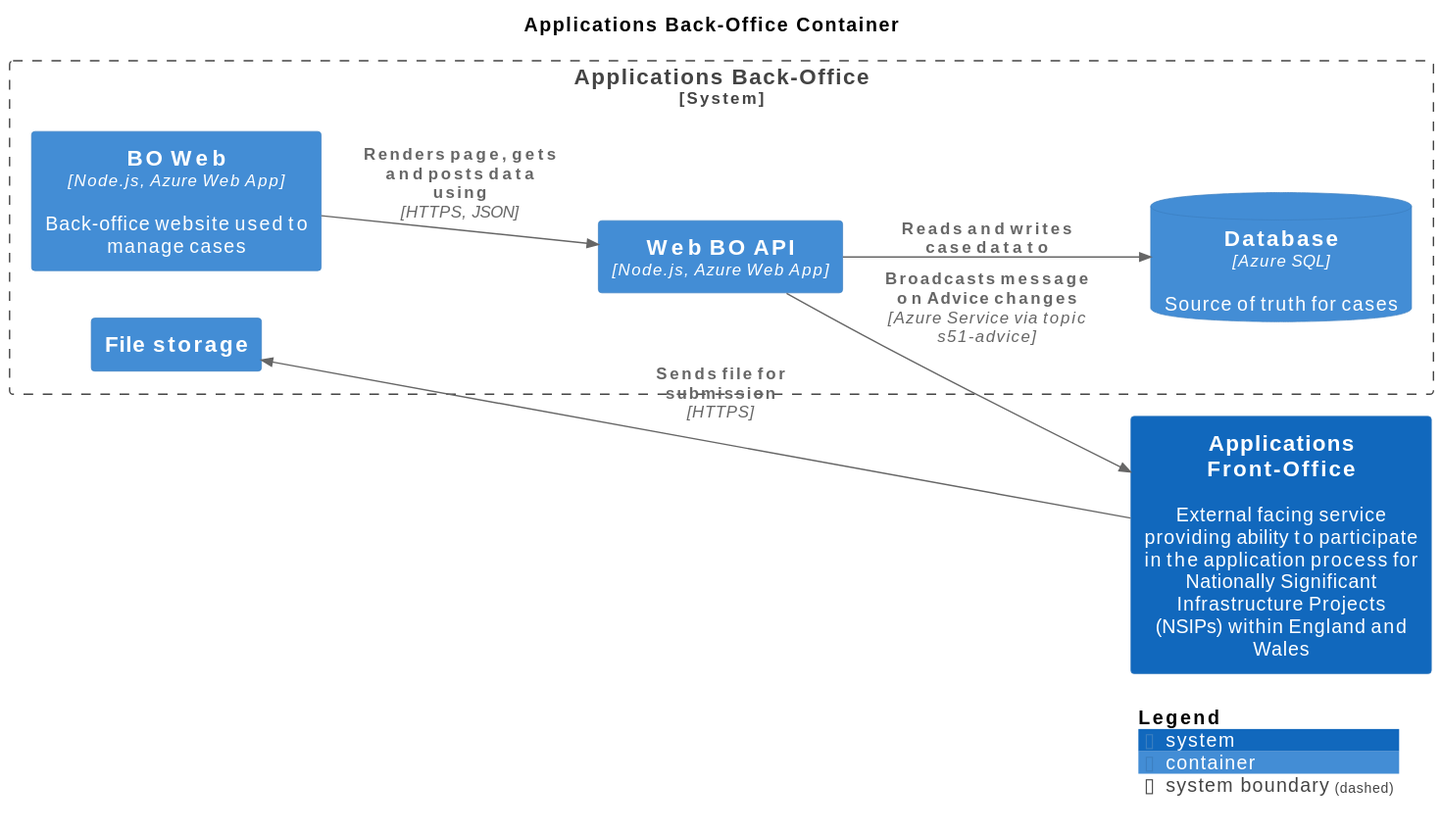
Above: master/svg/ApplicationsBOContainer.svg in Planning-Inspectorate/applications-service (PlantUML), before the change. Its source is kept beside it as master/puml/ApplicationsBOContainer.puml.
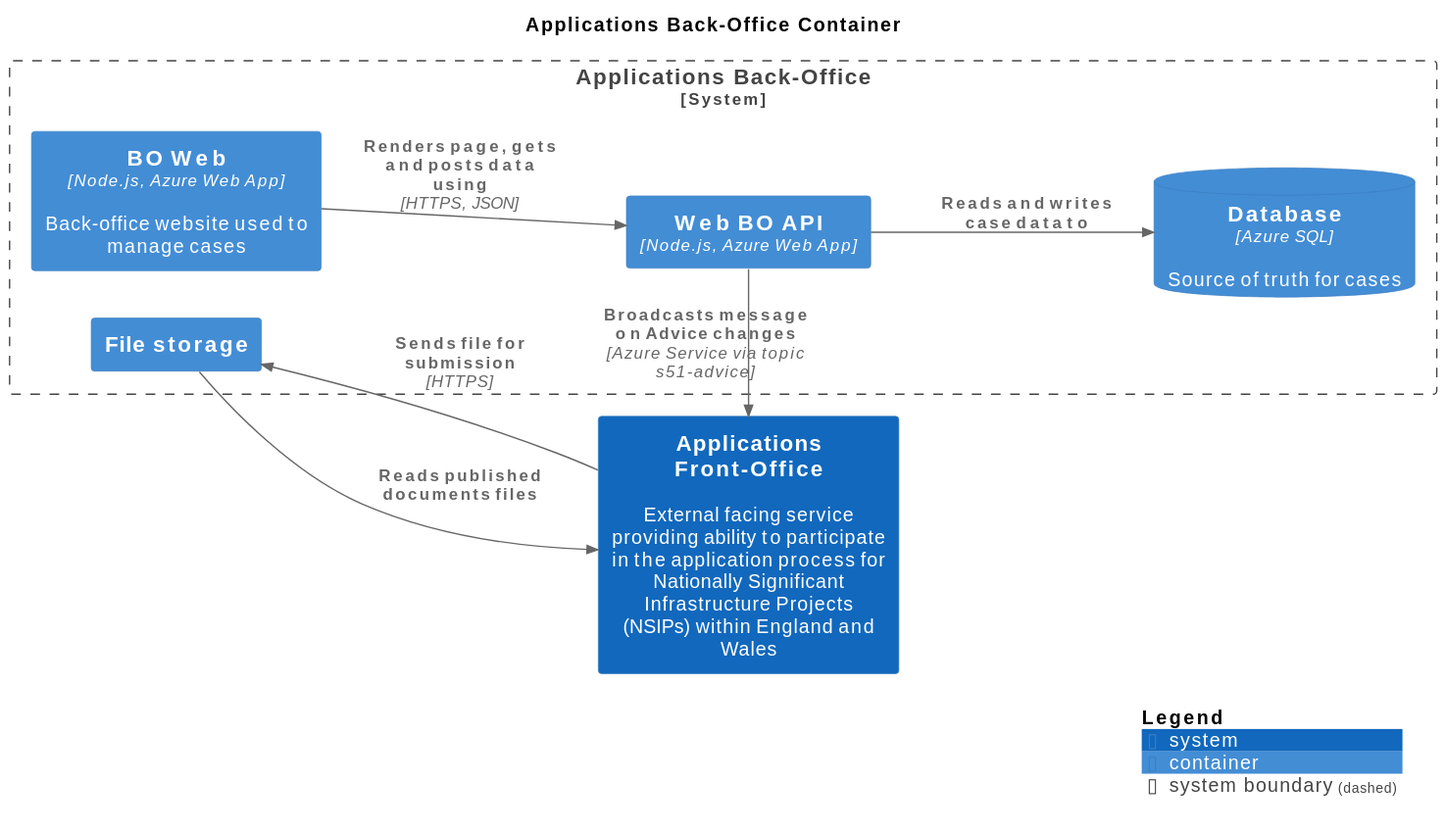
After the commit.

The edit, as a diff of the source:
```diff
@@ -18,6 +18,7 @@
 }
 
 Rel(ApplicationsFrontOffice, ApplicationsBackOffice.Filestorage, "Sends file for submission", $techn="HTTPS", $tags="", $link="")
+Rel(ApplicationsBackOffice.Filestorage, ApplicationsFrontOffice, "Reads published documents files", $techn="", $tags="", $link="")
 Rel(ApplicationsBackOffice.BOWeb, ApplicationsBackOffice.WebBOAPI, "Renders page, gets and posts data using", $techn="HTTPS, JSON", $tags="", $link="")
 Rel(ApplicationsBackOffice.WebBOAPI, ApplicationsBackOffice.Database, "Reads and writes case data to", $techn="", $tags="", $link="")
 Rel(ApplicationsBackOffice.WebBOAPI, ApplicationsFrontOffice, "Broadcasts message on Advice changes", $techn="Azure Service via topic s51-advice", $tags="", $link="")
```
